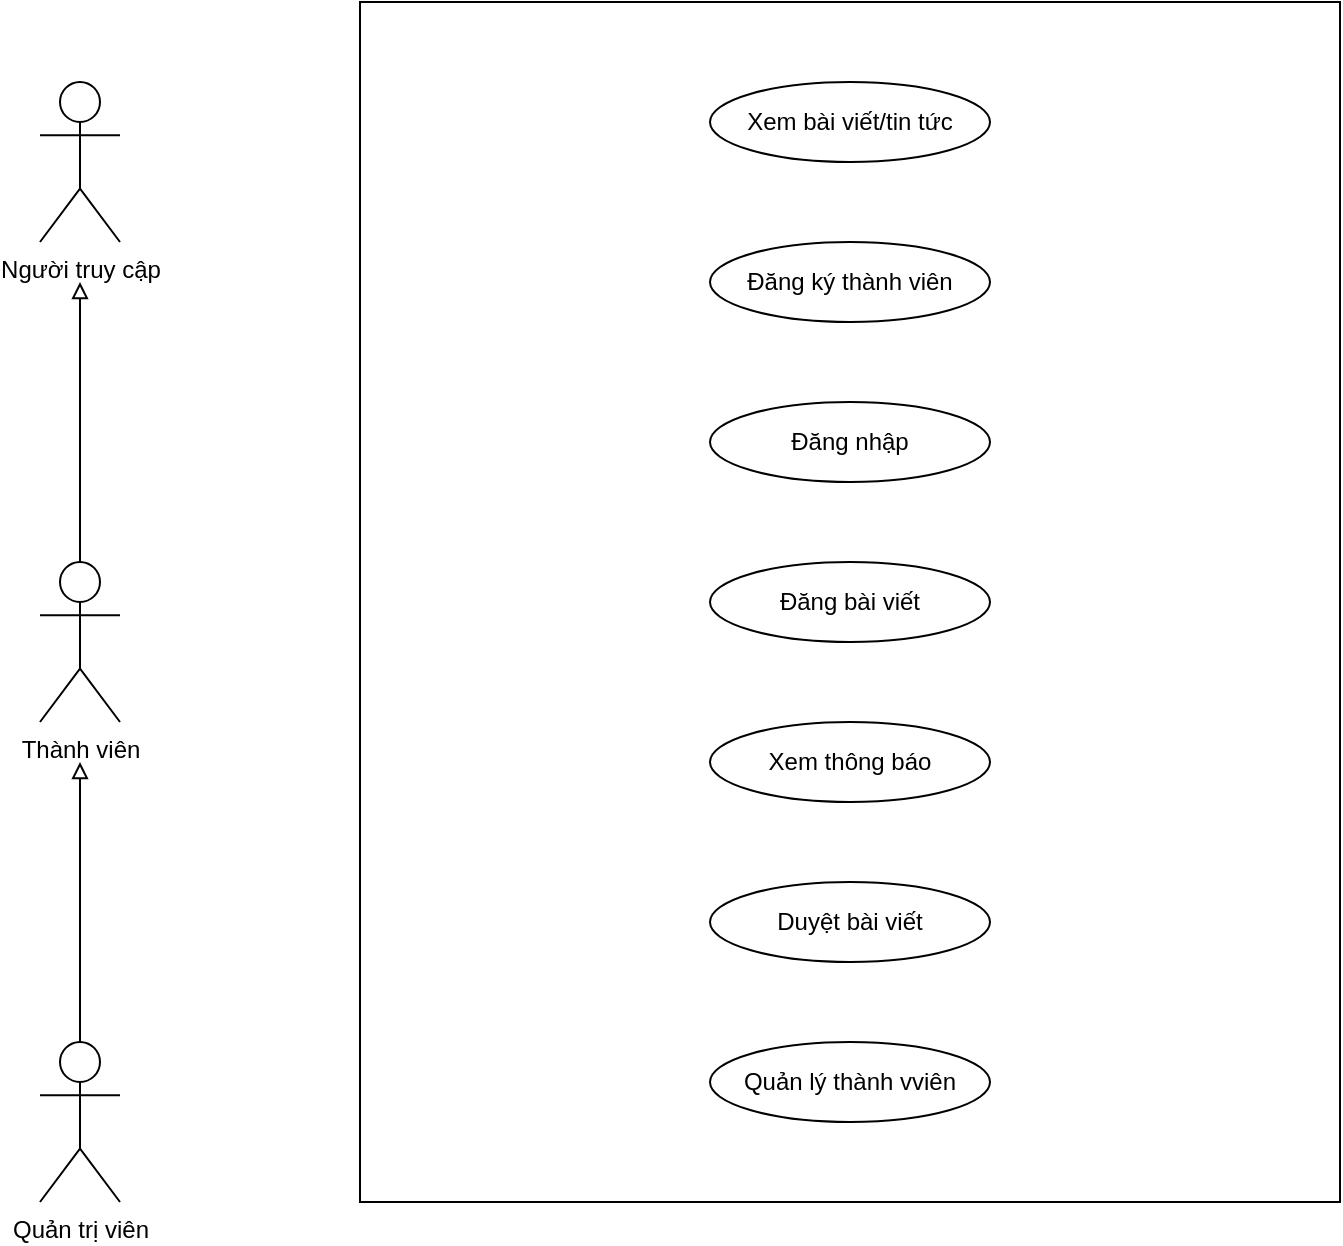
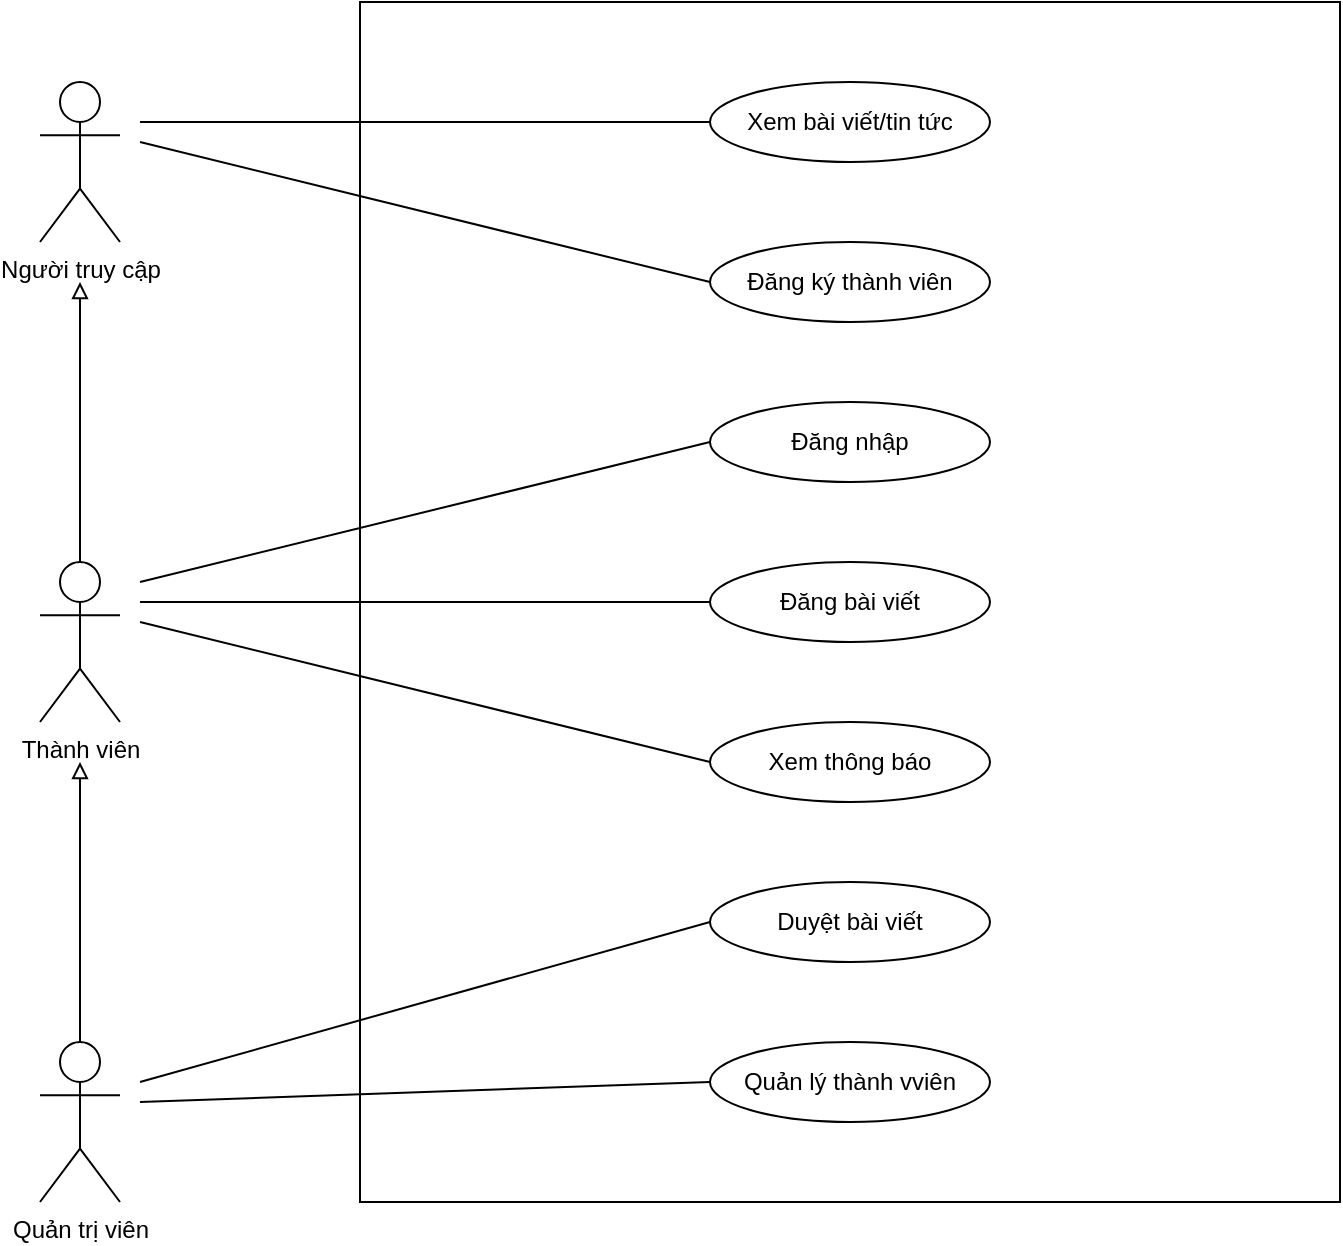
<mxfile host="app.diagrams.net">
  <diagram name="UseCaseLevel1" id="R5SArAZ-sp13xk5E453y">
-     <mxGraphModel dx="824" dy="477" grid="1" gridSize="10" guides="1" tooltips="1" connect="1" arrows="1" fold="1" page="1" pageScale="1" pageWidth="1169" pageHeight="1654" math="0" shadow="0">
+     <mxGraphModel dx="1084" dy="627" grid="1" gridSize="10" guides="1" tooltips="1" connect="1" arrows="1" fold="1" page="1" pageScale="1" pageWidth="1169" pageHeight="1654" math="0" shadow="0">
      <root>
        <mxCell id="0" />
        <mxCell id="1" parent="0" />
        <mxCell id="h2pIs2B6fA9uW1FB1x-K-3" parent="1" style="rounded=0;whiteSpace=wrap;html=1;" value="" vertex="1">
          <mxGeometry height="600" width="490" x="280" y="40" as="geometry" />
        </mxCell>
        <mxCell id="h2pIs2B6fA9uW1FB1x-K-4" parent="1" style="shape=umlActor;verticalLabelPosition=bottom;verticalAlign=top;html=1;" value="Người truy cập" vertex="1">
          <mxGeometry height="80" width="40" x="120" y="80" as="geometry" />
        </mxCell>
        <mxCell id="h2pIs2B6fA9uW1FB1x-K-9" edge="1" parent="1" source="h2pIs2B6fA9uW1FB1x-K-5" style="endArrow=block;endFill=0;">
          <mxGeometry relative="1" as="geometry">
            <mxPoint x="140" y="180" as="targetPoint" />
          </mxGeometry>
        </mxCell>
        <mxCell id="h2pIs2B6fA9uW1FB1x-K-5" parent="1" style="shape=umlActor;verticalLabelPosition=bottom;verticalAlign=top;html=1;" value="Thành viên" vertex="1">
          <mxGeometry height="80" width="40" x="120" y="320" as="geometry" />
        </mxCell>
        <mxCell id="h2pIs2B6fA9uW1FB1x-K-8" edge="1" parent="1" source="h2pIs2B6fA9uW1FB1x-K-6" style="endArrow=block;endFill=0;">
          <mxGeometry relative="1" as="geometry">
            <mxPoint x="140" y="550" as="sourcePoint" />
            <mxPoint x="140" y="420" as="targetPoint" />
          </mxGeometry>
        </mxCell>
        <mxCell id="h2pIs2B6fA9uW1FB1x-K-6" parent="1" style="shape=umlActor;verticalLabelPosition=bottom;verticalAlign=top;html=1;" value="Quản trị viên" vertex="1">
          <mxGeometry height="80" width="40" x="120" y="560" as="geometry" />
        </mxCell>
        <mxCell id="h2pIs2B6fA9uW1FB1x-K-10" parent="1" style="ellipse;whiteSpace=wrap;html=1;" value="Xem bài viết/tin tức" vertex="1">
          <mxGeometry height="40" width="140" x="455" y="80" as="geometry" />
        </mxCell>
        <mxCell id="h2pIs2B6fA9uW1FB1x-K-11" parent="1" style="ellipse;whiteSpace=wrap;html=1;" value="Đăng ký thành viên" vertex="1">
          <mxGeometry height="40" width="140" x="455" y="160" as="geometry" />
        </mxCell>
        <mxCell id="h2pIs2B6fA9uW1FB1x-K-12" parent="1" style="ellipse;whiteSpace=wrap;html=1;" value="Quản lý thành vviên" vertex="1">
          <mxGeometry height="40" width="140" x="455" y="560" as="geometry" />
        </mxCell>
        <mxCell id="h2pIs2B6fA9uW1FB1x-K-13" parent="1" style="ellipse;whiteSpace=wrap;html=1;" value="Duyệt bài viết" vertex="1">
          <mxGeometry height="40" width="140" x="455" y="480" as="geometry" />
        </mxCell>
        <mxCell id="h2pIs2B6fA9uW1FB1x-K-14" parent="1" style="ellipse;whiteSpace=wrap;html=1;" value="Xem thông báo" vertex="1">
          <mxGeometry height="40" width="140" x="455" y="400" as="geometry" />
        </mxCell>
        <mxCell id="h2pIs2B6fA9uW1FB1x-K-15" parent="1" style="ellipse;whiteSpace=wrap;html=1;" value="Đăng bài viết" vertex="1">
          <mxGeometry height="40" width="140" x="455" y="320" as="geometry" />
        </mxCell>
        <mxCell id="h2pIs2B6fA9uW1FB1x-K-16" parent="1" style="ellipse;whiteSpace=wrap;html=1;" value="Đăng nhập" vertex="1">
          <mxGeometry height="40" width="140" x="455" y="240" as="geometry" />
        </mxCell>
+         <mxCell id="h2pIs2B6fA9uW1FB1x-K-17" edge="1" parent="1" style="endArrow=none;html=1;rounded=0;entryX=0;entryY=0.5;entryDx=0;entryDy=0;" target="h2pIs2B6fA9uW1FB1x-K-10" value="">
+           <mxGeometry height="50" relative="1" width="50" as="geometry">
+             <mxPoint x="170" y="100" as="sourcePoint" />
+             <mxPoint x="220" y="50" as="targetPoint" />
+           </mxGeometry>
+         </mxCell>
+         <mxCell id="h2pIs2B6fA9uW1FB1x-K-18" edge="1" parent="1" style="endArrow=none;html=1;rounded=0;entryX=0;entryY=0.5;entryDx=0;entryDy=0;" target="h2pIs2B6fA9uW1FB1x-K-11" value="">
+           <mxGeometry height="50" relative="1" width="50" as="geometry">
+             <mxPoint x="170" y="110" as="sourcePoint" />
+             <mxPoint x="320" y="140" as="targetPoint" />
+           </mxGeometry>
+         </mxCell>
+         <mxCell id="h2pIs2B6fA9uW1FB1x-K-19" edge="1" parent="1" style="endArrow=none;html=1;rounded=0;entryX=0;entryY=0.5;entryDx=0;entryDy=0;" target="h2pIs2B6fA9uW1FB1x-K-16" value="">
+           <mxGeometry height="50" relative="1" width="50" as="geometry">
+             <mxPoint x="170" y="330" as="sourcePoint" />
+             <mxPoint x="220" y="280" as="targetPoint" />
+           </mxGeometry>
+         </mxCell>
+         <mxCell id="h2pIs2B6fA9uW1FB1x-K-20" edge="1" parent="1" style="endArrow=none;html=1;rounded=0;entryX=0;entryY=0.5;entryDx=0;entryDy=0;" target="h2pIs2B6fA9uW1FB1x-K-15" value="">
+           <mxGeometry height="50" relative="1" width="50" as="geometry">
+             <mxPoint x="170" y="340" as="sourcePoint" />
+             <mxPoint x="340" y="430" as="targetPoint" />
+           </mxGeometry>
+         </mxCell>
+         <mxCell id="h2pIs2B6fA9uW1FB1x-K-21" edge="1" parent="1" style="endArrow=none;html=1;rounded=0;entryX=0;entryY=0.5;entryDx=0;entryDy=0;" target="h2pIs2B6fA9uW1FB1x-K-14" value="">
+           <mxGeometry height="50" relative="1" width="50" as="geometry">
+             <mxPoint x="170" y="350" as="sourcePoint" />
+             <mxPoint x="340" y="430" as="targetPoint" />
+           </mxGeometry>
+         </mxCell>
+         <mxCell id="h2pIs2B6fA9uW1FB1x-K-22" edge="1" parent="1" style="endArrow=none;html=1;rounded=0;entryX=0;entryY=0.5;entryDx=0;entryDy=0;" target="h2pIs2B6fA9uW1FB1x-K-13" value="">
+           <mxGeometry height="50" relative="1" width="50" as="geometry">
+             <mxPoint x="170" y="580" as="sourcePoint" />
+             <mxPoint x="410" y="480" as="targetPoint" />
+           </mxGeometry>
+         </mxCell>
+         <mxCell id="h2pIs2B6fA9uW1FB1x-K-23" edge="1" parent="1" style="endArrow=none;html=1;rounded=0;entryX=0;entryY=0.5;entryDx=0;entryDy=0;" target="h2pIs2B6fA9uW1FB1x-K-12" value="">
+           <mxGeometry height="50" relative="1" width="50" as="geometry">
+             <mxPoint x="170" y="590" as="sourcePoint" />
+             <mxPoint x="390" y="450" as="targetPoint" />
+           </mxGeometry>
+         </mxCell>
      </root>
    </mxGraphModel>
  </diagram>
</mxfile>
